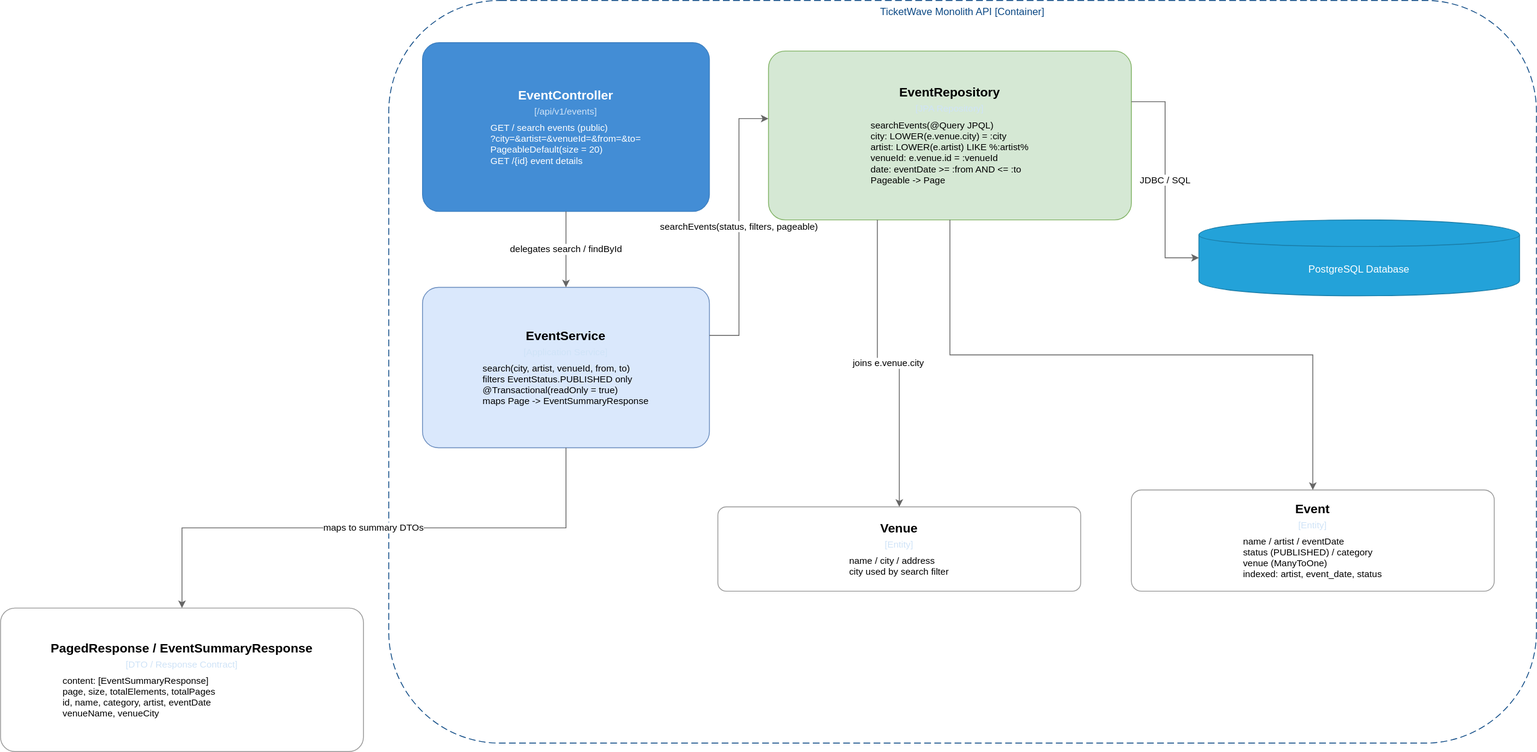
The draw.io diagram diagrams/c4model/ticketwave-c3-event-search.drawio.svg in Juanchoque1206/soe-TicketWave, before a commit. Source tidied: cells renumbered, new cells last; positions are measured from the earlier drawing's top-left corner, leaving out a move shared by most shapes.
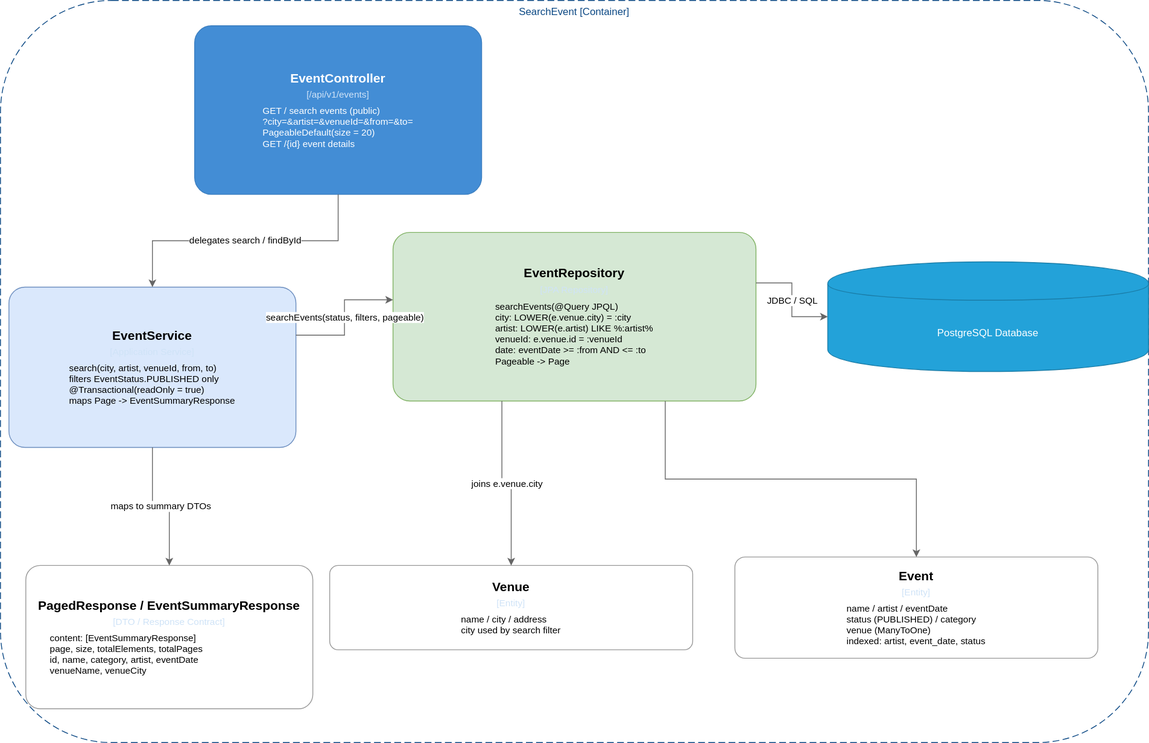
After the commit.

The edit, as a diff of the source:
```diff
@@ -2,29 +2,29 @@
   <root>
     <mxCell id="0" />
     <mxCell id="1" parent="0" />
-    <mxCell id="2" value="TicketWave Monolith API [Container]" style="group;rounded=1;whiteSpace=wrap;html=1;dashed=1;strokeColor=#0b4884;fillColor=none;fontColor=#0b4884;dashPattern=8 4;" parent="1" vertex="1">
+    <mxCell id="2" value="SearchEvent [Container]" style="group;rounded=1;whiteSpace=wrap;html=1;dashed=1;strokeColor=#0b4884;fillColor=none;fontColor=#0b4884;dashPattern=8 4;" parent="1" vertex="1">
       <mxGeometry x="460" width="1360" height="880" as="geometry" />
     </mxCell>
     <mxCell id="3" value="&lt;div style=&quot;border-color: rgb(218, 220, 224); font-size: 15px; font-weight: bold; margin-bottom: 4px;&quot;&gt;EventController&lt;/div&gt;&lt;div style=&quot;border-color: rgb(218, 220, 224); font-size: 11px; color: rgb(207, 227, 247); margin-bottom: 6px;&quot;&gt;[/api/v1/events]&lt;/div&gt;&lt;div style=&quot;border-color: rgb(218, 220, 224); font-size: 11px; text-align: left; padding: 0px 14px;&quot;&gt;GET /  search events (public)&lt;/div&gt;&lt;div style=&quot;border-color: rgb(218, 220, 224); font-size: 11px; text-align: left; padding: 0px 14px;&quot;&gt;?city=&amp;artist=&amp;venueId=&amp;from=&amp;to=&lt;/div&gt;&lt;div style=&quot;border-color: rgb(218, 220, 224); font-size: 11px; text-align: left; padding: 0px 14px;&quot;&gt;PageableDefault(size = 20)&lt;/div&gt;&lt;div style=&quot;border-color: rgb(218, 220, 224); font-size: 11px; text-align: left; padding: 0px 14px;&quot;&gt;GET /{id}  event details&lt;/div&gt;" style="rounded=1;whiteSpace=wrap;html=1;fillColor=#438dd5;strokeColor=#3c7fc0;fontColor=#ffffff;arcSize=10;" parent="1" vertex="1">
-      <mxGeometry x="500" y="50" width="340" height="200" as="geometry" />
+      <mxGeometry x="690" y="30" width="340" height="200" as="geometry" />
     </mxCell>
     <mxCell id="4" value="&lt;div style=&quot;border-color: rgb(218, 220, 224); font-size: 15px; font-weight: bold; margin-bottom: 4px;&quot;&gt;EventService&lt;/div&gt;&lt;div style=&quot;border-color: rgb(218, 220, 224); font-size: 11px; color: rgb(207, 227, 247); margin-bottom: 6px;&quot;&gt;[Application Service]&lt;/div&gt;&lt;div style=&quot;border-color: rgb(218, 220, 224); font-size: 11px; text-align: left; padding: 0px 14px;&quot;&gt;search(city, artist, venueId, from, to)&lt;/div&gt;&lt;div style=&quot;border-color: rgb(218, 220, 224); font-size: 11px; text-align: left; padding: 0px 14px;&quot;&gt;filters EventStatus.PUBLISHED only&lt;/div&gt;&lt;div style=&quot;border-color: rgb(218, 220, 224); font-size: 11px; text-align: left; padding: 0px 14px;&quot;&gt;@Transactional(readOnly = true)&lt;/div&gt;&lt;div style=&quot;border-color: rgb(218, 220, 224); font-size: 11px; text-align: left; padding: 0px 14px;&quot;&gt;maps Page&lt;Event&gt; -&gt; EventSummaryResponse&lt;/div&gt;" style="rounded=1;whiteSpace=wrap;html=1;fillColor=#dae8fc;strokeColor=#6c8ebf;arcSize=10;" parent="1" vertex="1">
-      <mxGeometry x="500" y="340" width="340" height="190" as="geometry" />
+      <mxGeometry x="470" y="340" width="340" height="190" as="geometry" />
     </mxCell>
     <mxCell id="5" value="&lt;div style=&quot;border-color: rgb(218, 220, 224); font-size: 15px; font-weight: bold; margin-bottom: 4px;&quot;&gt;EventRepository&lt;/div&gt;&lt;div style=&quot;border-color: rgb(218, 220, 224); font-size: 11px; color: rgb(207, 227, 247); margin-bottom: 6px;&quot;&gt;[JPA Repository]&lt;/div&gt;&lt;div style=&quot;border-color: rgb(218, 220, 224); font-size: 11px; text-align: left; padding: 0px 14px;&quot;&gt;searchEvents(@Query JPQL)&lt;/div&gt;&lt;div style=&quot;border-color: rgb(218, 220, 224); font-size: 11px; text-align: left; padding: 0px 14px;&quot;&gt;city: LOWER(e.venue.city) = :city&lt;/div&gt;&lt;div style=&quot;border-color: rgb(218, 220, 224); font-size: 11px; text-align: left; padding: 0px 14px;&quot;&gt;artist: LOWER(e.artist) LIKE %:artist%&lt;/div&gt;&lt;div style=&quot;border-color: rgb(218, 220, 224); font-size: 11px; text-align: left; padding: 0px 14px;&quot;&gt;venueId: e.venue.id = :venueId&lt;/div&gt;&lt;div style=&quot;border-color: rgb(218, 220, 224); font-size: 11px; text-align: left; padding: 0px 14px;&quot;&gt;date: eventDate &gt;= :from AND &lt;= :to&lt;/div&gt;&lt;div style=&quot;border-color: rgb(218, 220, 224); font-size: 11px; text-align: left; padding: 0px 14px;&quot;&gt;Pageable -&gt; Page&lt;Event&gt;&lt;/div&gt;" style="rounded=1;whiteSpace=wrap;html=1;fillColor=#d5e8d4;strokeColor=#82b366;arcSize=10;" parent="1" vertex="1">
-      <mxGeometry x="910" y="60" width="430" height="200" as="geometry" />
+      <mxGeometry x="925" y="275" width="430" height="200" as="geometry" />
     </mxCell>
     <mxCell id="6" value="&lt;div style=&quot;border-color: rgb(218, 220, 224); font-size: 15px; font-weight: bold; margin-bottom: 4px;&quot;&gt;PagedResponse / EventSummaryResponse&lt;/div&gt;&lt;div style=&quot;border-color: rgb(218, 220, 224); font-size: 11px; color: rgb(207, 227, 247); margin-bottom: 6px;&quot;&gt;[DTO / Response Contract]&lt;/div&gt;&lt;div style=&quot;border-color: rgb(218, 220, 224); font-size: 11px; text-align: left; padding: 0px 14px;&quot;&gt;content: [EventSummaryResponse]&lt;/div&gt;&lt;div style=&quot;border-color: rgb(218, 220, 224); font-size: 11px; text-align: left; padding: 0px 14px;&quot;&gt;page, size, totalElements, totalPages&lt;/div&gt;&lt;div style=&quot;border-color: rgb(218, 220, 224); font-size: 11px; text-align: left; padding: 0px 14px;&quot;&gt;id, name, category, artist, eventDate&lt;/div&gt;&lt;div style=&quot;border-color: rgb(218, 220, 224); font-size: 11px; text-align: left; padding: 0px 14px;&quot;&gt;venueName, venueCity&lt;/div&gt;" style="rounded=1;whiteSpace=wrap;html=1;fillColor=#ffffff;strokeColor=#999999;arcSize=10;" parent="1" vertex="1">
-      <mxGeometry y="720" width="430" height="170" as="geometry" />
+      <mxGeometry x="490" y="670" width="340" height="170" as="geometry" />
     </mxCell>
     <mxCell id="7" value="&lt;div style=&quot;border-color: rgb(218, 220, 224); font-size: 15px; font-weight: bold; margin-bottom: 4px;&quot;&gt;Event&lt;/div&gt;&lt;div style=&quot;border-color: rgb(218, 220, 224); font-size: 11px; color: rgb(207, 227, 247); margin-bottom: 6px;&quot;&gt;[Entity]&lt;/div&gt;&lt;div style=&quot;border-color: rgb(218, 220, 224); font-size: 11px; text-align: left; padding: 0px 14px;&quot;&gt;name / artist / eventDate&lt;/div&gt;&lt;div style=&quot;border-color: rgb(218, 220, 224); font-size: 11px; text-align: left; padding: 0px 14px;&quot;&gt;status (PUBLISHED) / category&lt;/div&gt;&lt;div style=&quot;border-color: rgb(218, 220, 224); font-size: 11px; text-align: left; padding: 0px 14px;&quot;&gt;venue (ManyToOne)&lt;/div&gt;&lt;div style=&quot;border-color: rgb(218, 220, 224); font-size: 11px; text-align: left; padding: 0px 14px;&quot;&gt;indexed: artist, event_date, status&lt;/div&gt;" style="rounded=1;whiteSpace=wrap;html=1;fillColor=#ffffff;strokeColor=#999999;arcSize=10;" parent="1" vertex="1">
-      <mxGeometry x="1340" y="580" width="430" height="120" as="geometry" />
+      <mxGeometry x="1330" y="660" width="430" height="120" as="geometry" />
     </mxCell>
     <mxCell id="8" value="&lt;div style=&quot;border-color: rgb(218, 220, 224); font-size: 15px; font-weight: bold; margin-bottom: 4px;&quot;&gt;Venue&lt;/div&gt;&lt;div style=&quot;border-color: rgb(218, 220, 224); font-size: 11px; color: rgb(207, 227, 247); margin-bottom: 6px;&quot;&gt;[Entity]&lt;/div&gt;&lt;div style=&quot;border-color: rgb(218, 220, 224); font-size: 11px; text-align: left; padding: 0px 14px;&quot;&gt;name / city / address&lt;/div&gt;&lt;div style=&quot;border-color: rgb(218, 220, 224); font-size: 11px; text-align: left; padding: 0px 14px;&quot;&gt;city used by search filter&lt;/div&gt;" style="rounded=1;whiteSpace=wrap;html=1;fillColor=#ffffff;strokeColor=#999999;arcSize=10;" parent="1" vertex="1">
-      <mxGeometry x="850" y="600" width="430" height="100" as="geometry" />
+      <mxGeometry x="850" y="670" width="430" height="100" as="geometry" />
     </mxCell>
     <mxCell id="9" value="PostgreSQL Database" style="shape=cylinder;whiteSpace=wrap;html=1;boundedLbl=1;backgroundOutline=1;fillColor=#23a2d9;strokeColor=#1a7da8;fontColor=#ffffff;" parent="1" vertex="1">
-      <mxGeometry x="1420" y="260" width="380" height="90" as="geometry" />
+      <mxGeometry x="1440" y="310" width="380" height="130" as="geometry" />
     </mxCell>
     <mxCell id="10" value="delegates search / findById" style="edgeStyle=orthogonalEdgeStyle;rounded=0;html=1;strokeColor=#666666;exitX=0.5;exitY=1;entryX=0.5;entryY=0;" parent="1" edge="1" source="3" target="4">
       <mxGeometry relative="1" as="geometry" />
@@ -38,7 +38,7 @@
     <mxCell id="13" value="JDBC / SQL" style="edgeStyle=orthogonalEdgeStyle;rounded=0;html=1;strokeColor=#666666;exitX=1;exitY=0.3;entryX=0;entryY=0.5;" parent="1" edge="1" source="5" target="9">
       <mxGeometry relative="1" as="geometry" />
     </mxCell>
-    <mxCell id="14" style="edgeStyle=orthogonalEdgeStyle;rounded=0;html=1;strokeColor=#666666;exitX=0.5;exitY=1;entryX=0.5;entryY=0;" parent="1" edge="1" source="5" target="7">
+    <mxCell id="14" style="edgeStyle=orthogonalEdgeStyle;rounded=0;html=1;strokeColor=#666666;exitX=0.75;exitY=1;entryX=0.5;entryY=0;exitDx=0;exitDy=0;" parent="1" edge="1" source="5" target="7">
       <mxGeometry relative="1" as="geometry" />
     </mxCell>
     <mxCell id="15" value="joins e.venue.city" style="edgeStyle=orthogonalEdgeStyle;rounded=0;html=1;strokeColor=#666666;exitX=0.3;exitY=1;entryX=0.5;entryY=0;" parent="1" edge="1" source="5" target="8">
```
